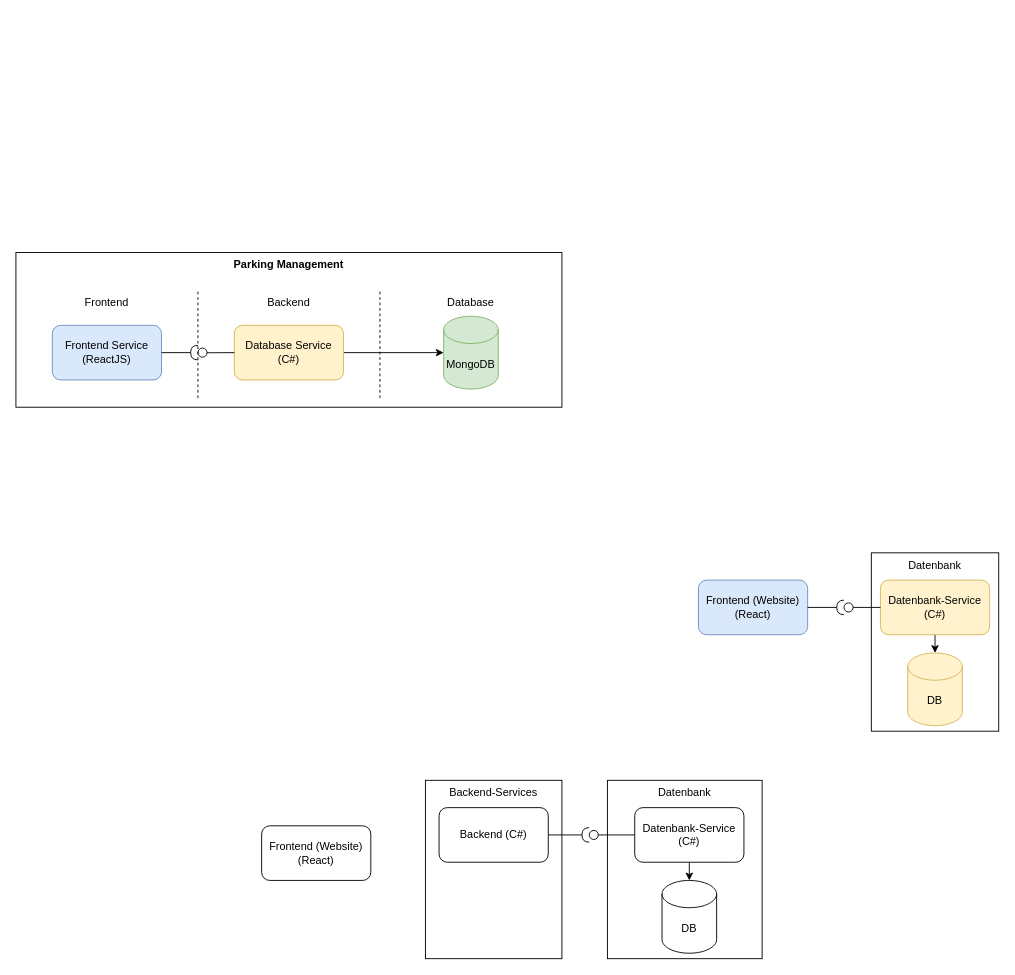
Earlier version of the draw.io diagram page "architecture" (1 of 2) of docu/architecture_cloud.drawio (msi-cad-vw/.github). Source tidied: cells renumbered, new cells numbered last; positions are measured from the earlier drawing's top-left corner, leaving out a move shared by most shapes. Both pictures are drawn from the tidied source at 91%, with x=0, y=0 at pixel (15, 252).
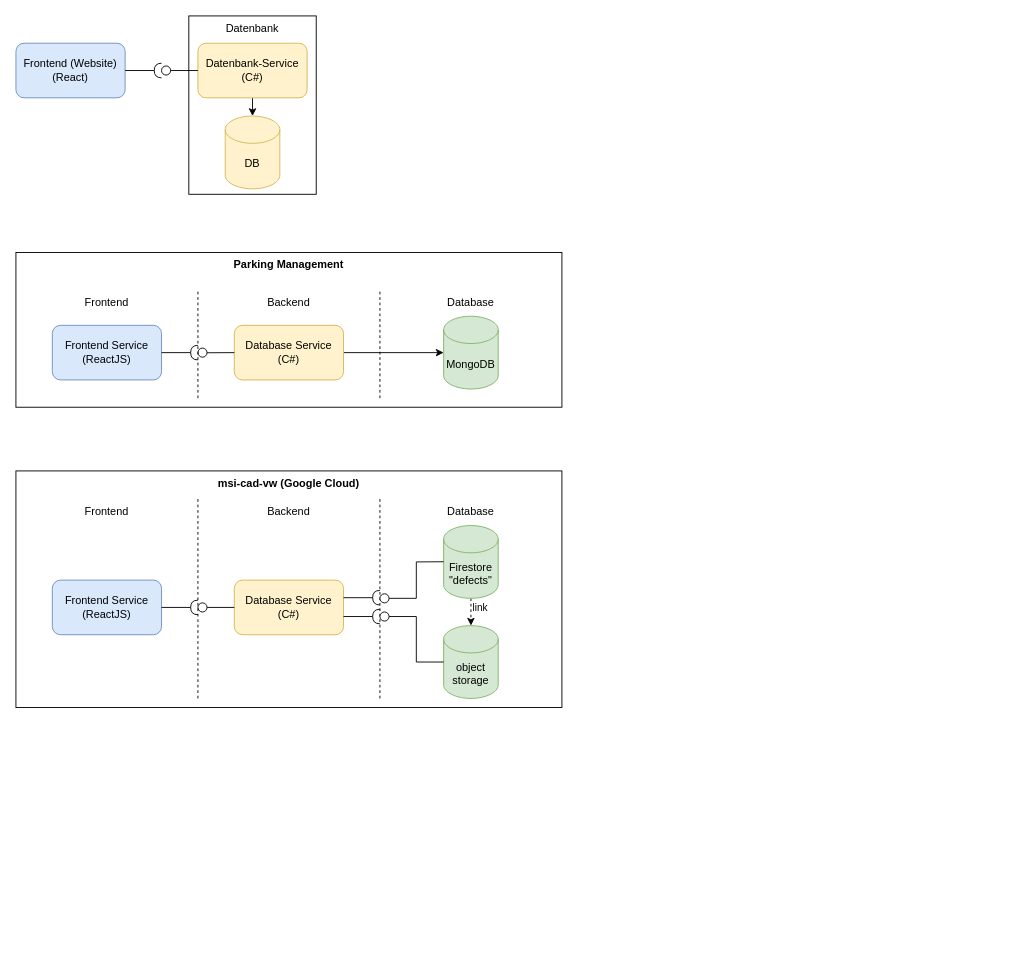
Above is the later version.

Change to the diagram source:
```diff
@@
-    <mxCell id="11" value="Backend-Services" style="rounded=0;whiteSpace=wrap;html=1;verticalAlign=top;" parent="1" vertex="1">
-      <mxGeometry x="450" y="580" width="150" height="196" as="geometry" />
-    </mxCell>
-    <mxCell id="12" value="Frontend (Website)&lt;br&gt;(React)" style="rounded=1;whiteSpace=wrap;html=1;" parent="1" vertex="1">
-      <mxGeometry x="270" y="630" width="120" height="60" as="geometry" />
-    </mxCell>
-    <mxCell id="13" value="Backend (C#)" style="rounded=1;whiteSpace=wrap;html=1;" parent="1" vertex="1">
-      <mxGeometry x="465" y="610" width="120" height="60" as="geometry" />
-    </mxCell>
-    <mxCell id="14" value="Datenbank" style="rounded=0;whiteSpace=wrap;html=1;verticalAlign=top;" parent="1" vertex="1">
-      <mxGeometry x="650" y="580" width="170" height="196" as="geometry" />
-    </mxCell>
-    <mxCell id="15" value="DB" style="shape=cylinder3;whiteSpace=wrap;html=1;boundedLbl=1;backgroundOutline=1;size=15;" parent="1" vertex="1">
-      <mxGeometry x="710" y="690" width="60" height="80" as="geometry" />
-    </mxCell>
-    <mxCell id="16" style="edgeStyle=orthogonalEdgeStyle;rounded=0;jettySize=auto;html=1;exitX=0.5;exitY=1;exitDx=0;exitDy=0;entryX=0.5;entryY=0;entryDx=0;entryDy=0;entryPerimeter=0;" parent="1" edge="1" source="17" target="15">
-      <mxGeometry relative="1" as="geometry" />
-    </mxCell>
-    <mxCell id="17" value="Datenbank-Service&lt;br&gt;(C#)" style="rounded=1;whiteSpace=wrap;html=1;" parent="1" vertex="1">
-      <mxGeometry x="680" y="610" width="120" height="60" as="geometry" />
-    </mxCell>
-    <mxCell id="18" style="rounded=0;jettySize=auto;html=1;endArrow=none;endFill=0;sketch=0;sourcePerimeterSpacing=0;targetPerimeterSpacing=0;exitX=0;exitY=0.5;exitDx=0;exitDy=0;" parent="1" edge="1" source="17" target="20">
-      <mxGeometry relative="1" as="geometry" />
-    </mxCell>
-    <mxCell id="19" style="rounded=0;jettySize=auto;html=1;endArrow=halfCircle;endFill=0;endSize=6;strokeWidth=1;sketch=0;exitX=1;exitY=0.5;exitDx=0;exitDy=0;" parent="1" edge="1" source="13" target="20">
-      <mxGeometry relative="1" as="geometry" />
-    </mxCell>
-    <mxCell id="20" style="ellipse;whiteSpace=wrap;html=1;align=center;points=[];outlineConnect=0;sketch=0;" parent="1" vertex="1">
-      <mxGeometry x="630" y="635" width="10" height="10" as="geometry" />
-    </mxCell>
@@
     <mxCell id="22" value="Frontend (Website)&lt;br&gt;(React)" style="rounded=1;whiteSpace=wrap;html=1;fillColor=#dae8fc;strokeColor=#6c8ebf;" parent="1" vertex="1">
-      <mxGeometry x="750" y="360" width="120" height="60" as="geometry" />
+      <mxGeometry y="-230" width="120" height="60" as="geometry" />
     </mxCell>
     <mxCell id="23" value="Datenbank" style="rounded=0;whiteSpace=wrap;html=1;verticalAlign=top;" parent="1" vertex="1">
-      <mxGeometry x="940" y="330" width="140" height="196" as="geometry" />
+      <mxGeometry x="190" y="-260" width="140" height="196" as="geometry" />
     </mxCell>
     <mxCell id="24" value="DB" style="shape=cylinder3;whiteSpace=wrap;html=1;boundedLbl=1;backgroundOutline=1;size=15;fillColor=#fff2cc;strokeColor=#d6b656;" parent="1" vertex="1">
-      <mxGeometry x="980" y="440" width="60" height="80" as="geometry" />
+      <mxGeometry x="230" y="-150" width="60" height="80" as="geometry" />
     </mxCell>
@@
     <mxCell id="26" value="Datenbank-Service&lt;br&gt;(C#)" style="rounded=1;whiteSpace=wrap;html=1;fillColor=#fff2cc;strokeColor=#d6b656;" parent="1" vertex="1">
-      <mxGeometry x="950" y="360" width="120" height="60" as="geometry" />
+      <mxGeometry x="200" y="-230" width="120" height="60" as="geometry" />
     </mxCell>
@@
     <mxCell id="29" style="ellipse;whiteSpace=wrap;html=1;align=center;points=[];outlineConnect=0;sketch=0;" parent="1" vertex="1">
-      <mxGeometry x="910" y="385" width="10" height="10" as="geometry" />
+      <mxGeometry x="160" y="-205" width="10" height="10" as="geometry" />
     </mxCell>
@@
+    <mxCell id="33" value="msi-cad-vw (Google Cloud)" style="rounded=0;whiteSpace=wrap;html=1;verticalAlign=top;fillColor=default;fontStyle=1;" parent="1" vertex="1">
+      <mxGeometry y="240" width="600" height="260" as="geometry" />
+    </mxCell>
+    <mxCell id="34" style="endArrow=none;dashed=1;html=1;rounded=0;" parent="1" edge="1">
+      <mxGeometry relative="1" as="geometry">
+        <mxPoint x="400" y="490" as="sourcePoint" />
+        <mxPoint x="400" y="270" as="targetPoint" />
+      </mxGeometry>
+    </mxCell>
+    <mxCell id="35" value="Frontend Service&lt;br&gt;(ReactJS)" style="rounded=1;whiteSpace=wrap;html=1;fillColor=#dae8fc;strokeColor=#6c8ebf;" parent="1" vertex="1">
+      <mxGeometry x="40" y="360" width="120" height="60" as="geometry" />
+    </mxCell>
+    <mxCell id="36" value="link" style="edgeStyle=orthogonalEdgeStyle;rounded=0;jettySize=auto;html=1;exitX=0.5;exitY=1;exitDx=0;exitDy=0;exitPerimeter=0;entryX=0.5;entryY=0;entryDx=0;entryDy=0;entryPerimeter=0;dashed=1;" parent="1" edge="1" source="37" target="46">
+      <mxGeometry x="-0.33" y="10" relative="1" as="geometry" />
+    </mxCell>
+    <mxCell id="37" value="Firestore&lt;br&gt;&quot;defects&quot;" style="shape=cylinder3;whiteSpace=wrap;html=1;boundedLbl=1;backgroundOutline=1;size=15;fillColor=#d5e8d4;strokeColor=#82b366;" parent="1" vertex="1">
+      <mxGeometry x="470" y="300" width="60" height="80" as="geometry" />
+    </mxCell>
+    <mxCell id="38" value="Database Service&lt;br&gt;(C#)" style="rounded=1;whiteSpace=wrap;html=1;fillColor=#fff2cc;strokeColor=#d6b656;" parent="1" vertex="1">
+      <mxGeometry x="240" y="360" width="120" height="60" as="geometry" />
+    </mxCell>
+    <mxCell id="39" style="rounded=0;jettySize=auto;html=1;endArrow=none;endFill=0;sketch=0;sourcePerimeterSpacing=0;targetPerimeterSpacing=0;exitX=0;exitY=0.5;exitDx=0;exitDy=0;" parent="1" edge="1" source="38" target="41">
+      <mxGeometry relative="1" as="geometry" />
+    </mxCell>
+    <mxCell id="40" style="rounded=0;jettySize=auto;html=1;endArrow=halfCircle;endFill=0;endSize=6;strokeWidth=1;sketch=0;exitX=1;exitY=0.5;exitDx=0;exitDy=0;" parent="1" edge="1" source="35" target="41">
+      <mxGeometry relative="1" as="geometry" />
+    </mxCell>
+    <mxCell id="41" style="ellipse;whiteSpace=wrap;html=1;align=center;points=[];outlineConnect=0;sketch=0;" parent="1" vertex="1">
+      <mxGeometry x="200" y="385" width="10" height="10" as="geometry" />
+    </mxCell>
+    <mxCell id="42" value="Frontend" style="text;html=1;align=center;verticalAlign=middle;whiteSpace=wrap;rounded=0;" parent="1" vertex="1">
+      <mxGeometry x="70" y="270" width="60" height="30" as="geometry" />
+    </mxCell>
+    <mxCell id="43" style="endArrow=none;dashed=1;html=1;rounded=0;" parent="1" edge="1">
+      <mxGeometry relative="1" as="geometry">
+        <mxPoint x="200" y="490" as="sourcePoint" />
+        <mxPoint x="200" y="270" as="targetPoint" />
+      </mxGeometry>
+    </mxCell>
+    <mxCell id="44" value="Backend" style="text;html=1;align=center;verticalAlign=middle;whiteSpace=wrap;rounded=0;" parent="1" vertex="1">
+      <mxGeometry x="270" y="270" width="60" height="30" as="geometry" />
+    </mxCell>
+    <mxCell id="45" value="Database" style="text;html=1;align=center;verticalAlign=middle;whiteSpace=wrap;rounded=0;" parent="1" vertex="1">
+      <mxGeometry x="470" y="270" width="60" height="30" as="geometry" />
+    </mxCell>
+    <mxCell id="46" value="object storage" style="shape=cylinder3;whiteSpace=wrap;html=1;boundedLbl=1;backgroundOutline=1;size=15;fillColor=#d5e8d4;strokeColor=#82b366;" parent="1" vertex="1">
+      <mxGeometry x="470" y="410" width="60" height="80" as="geometry" />
+    </mxCell>
+    <mxCell id="47" style="group;" parent="1" vertex="1">
+      <mxGeometry x="400" y="340" width="40" height="45" as="geometry" />
+    </mxCell>
+    <mxCell id="48" style="rounded=0;orthogonalLoop=1;jettySize=auto;html=1;endArrow=none;endFill=0;sketch=0;sourcePerimeterSpacing=0;targetPerimeterSpacing=0;exitX=0;exitY=0.5;exitDx=0;exitDy=0;" parent="47" edge="1">
+      <mxGeometry relative="1" as="geometry">
+        <mxPoint x="70" y="-0.2" as="sourcePoint" />
+        <mxPoint x="10" y="40" as="targetPoint" />
+        <Array as="points">
+          <mxPoint x="40" />
+          <mxPoint x="40" y="40" />
+        </Array>
+      </mxGeometry>
+    </mxCell>
+    <mxCell id="49" style="ellipse;whiteSpace=wrap;html=1;align=center;sketch=0;" parent="47" vertex="1">
+      <mxGeometry y="35" width="10" height="10" as="geometry" />
+    </mxCell>
+    <mxCell id="50" style="group;" parent="1" vertex="1">
+      <mxGeometry x="400" y="360" width="40" height="45" as="geometry" />
+    </mxCell>
+    <mxCell id="51" style="rounded=0;jettySize=auto;html=1;endArrow=none;endFill=0;sketch=0;sourcePerimeterSpacing=0;targetPerimeterSpacing=0;exitX=0;exitY=0.5;exitDx=0;exitDy=0;exitPerimeter=0;" parent="50" edge="1" source="46">
+      <mxGeometry relative="1" as="geometry">
+        <mxPoint x="10" y="40" as="targetPoint" />
+        <Array as="points">
+          <mxPoint x="40" y="90" />
+          <mxPoint x="40" y="40" />
+        </Array>
+      </mxGeometry>
+    </mxCell>
+    <mxCell id="52" style="ellipse;whiteSpace=wrap;html=1;align=center;sketch=0;" parent="50" vertex="1">
+      <mxGeometry y="35" width="10" height="10" as="geometry" />
+    </mxCell>
+    <mxCell id="53" style="rounded=0;orthogonalLoop=1;jettySize=auto;html=1;endArrow=halfCircle;endFill=0;endSize=6;strokeWidth=1;sketch=0;exitX=1;exitY=0.5;exitDx=0;exitDy=0;" parent="1" edge="1">
+      <mxGeometry relative="1" as="geometry">
+        <mxPoint x="360" y="379.3" as="sourcePoint" />
+        <mxPoint x="400" y="379.3" as="targetPoint" />
+      </mxGeometry>
+    </mxCell>
+    <mxCell id="54" style="rounded=0;orthogonalLoop=1;jettySize=auto;html=1;endArrow=halfCircle;endFill=0;endSize=6;strokeWidth=1;sketch=0;exitX=1;exitY=0.5;exitDx=0;exitDy=0;" parent="1" edge="1">
+      <mxGeometry relative="1" as="geometry">
+        <mxPoint x="360" y="400" as="sourcePoint" />
+        <mxPoint x="400" y="400" as="targetPoint" />
+      </mxGeometry>
+    </mxCell>
```
